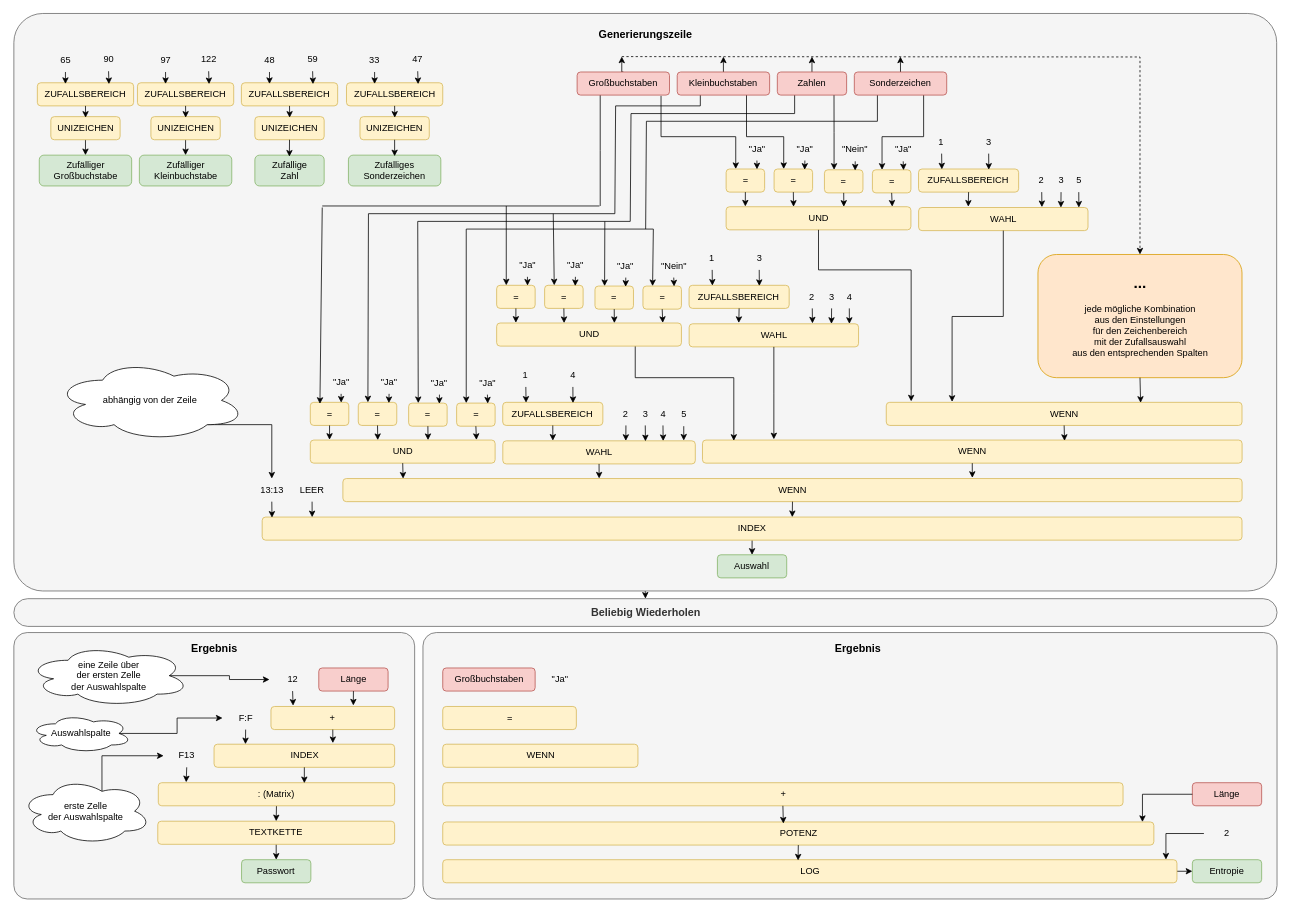
Nikogenia/Draw keeps this draw.io diagram as Passwort Generator.drawio. Above is the earlier version. Source tidied: cells renumbered, new cells numbered last; positions are measured from the earlier drawing's top-left corner, leaving out a move shared by most shapes. Both pictures are drawn from the tidied source at 77%, with x=0, y=0 at pixel (14, 13).
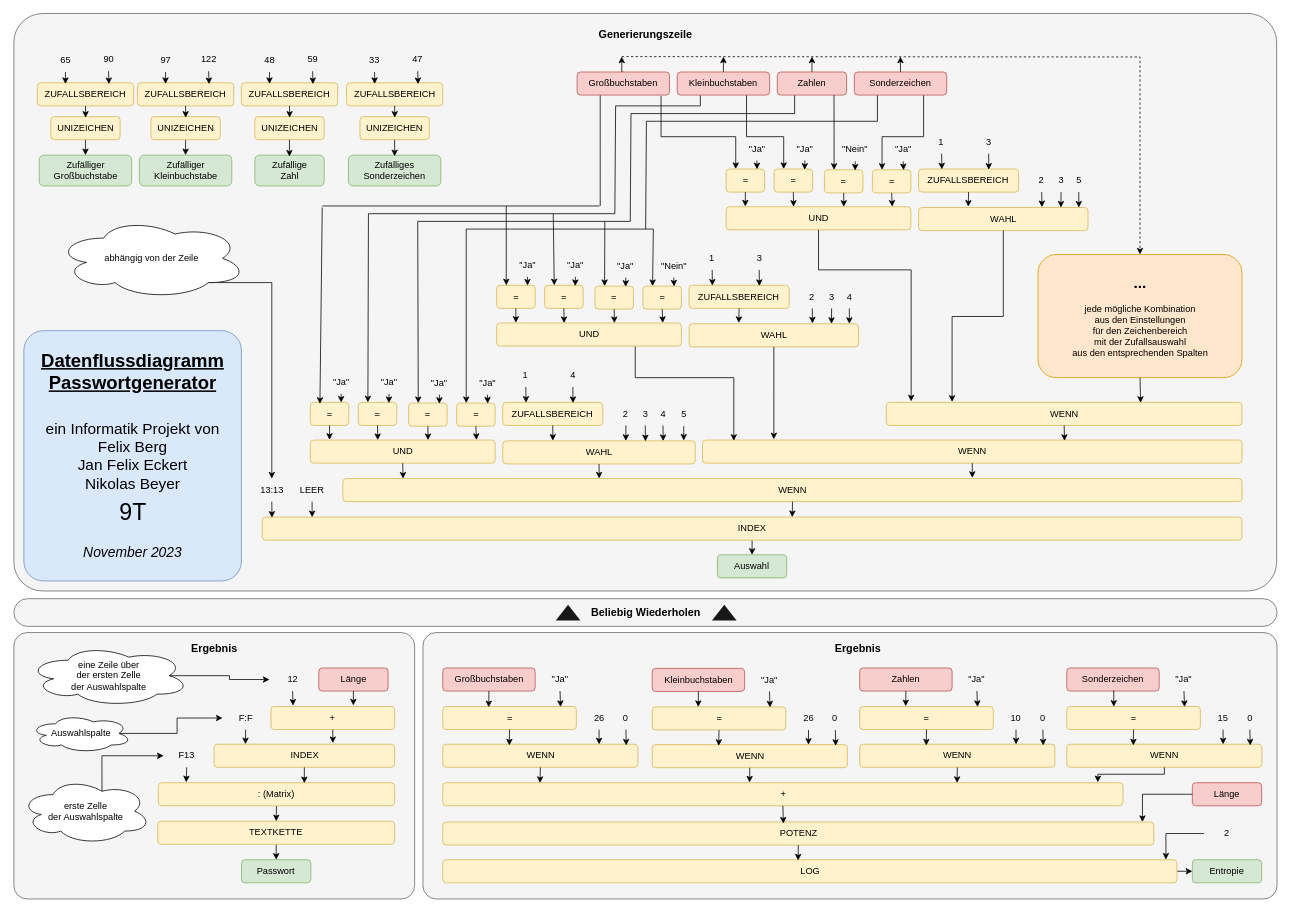
The same page after the edit.

Unchanged cells that the change refers to:
```xml
<mxCell id="5" style="rounded=1;whiteSpace=wrap;html=1;arcSize=5;fillColor=#f5f5f5;strokeColor=#666666;fontColor=#333333;" parent="1" vertex="1">
  <mxGeometry x="-0.5" width="1640" height="750" as="geometry" />
</mxCell>
<mxCell id="217" value="+" style="rounded=1;whiteSpace=wrap;html=1;fillColor=#fff2cc;strokeColor=#d6b656;" parent="1" vertex="1">
  <mxGeometry x="556.5" y="999" width="883.5" height="30" as="geometry" />
</mxCell>
<mxCell id="225" value="WENN" style="rounded=1;whiteSpace=wrap;html=1;fillColor=#fff2cc;strokeColor=#d6b656;" parent="1" vertex="1">
  <mxGeometry x="556.5" y="949" width="253.5" height="30" as="geometry" />
</mxCell>
<mxCell id="226" value="=" style="rounded=1;whiteSpace=wrap;html=1;fillColor=#fff2cc;strokeColor=#d6b656;" parent="1" vertex="1">
  <mxGeometry x="556.5" y="900" width="173.5" height="30" as="geometry" />
</mxCell>
<mxCell id="227" value="Großbuchstaben" style="rounded=1;whiteSpace=wrap;html=1;fillColor=#f8cecc;strokeColor=#b85450;" parent="1" vertex="1">
  <mxGeometry x="556.5" y="850" width="120" height="30" as="geometry" />
</mxCell>
<mxCell id="228" value="&quot;Ja&quot;" style="text;html=1;strokeColor=none;fillColor=none;align=center;verticalAlign=middle;whiteSpace=wrap;rounded=0;" parent="1" vertex="1">
  <mxGeometry x="678.8" y="850" width="60" height="30" as="geometry" />
</mxCell>
```

What changed in the source:
```diff
@@
-    <mxCell id="4" style="edgeStyle=orthogonalEdgeStyle;rounded=0;jettySize=auto;html=1;exitX=0.5;exitY=1;exitDx=0;exitDy=0;entryX=0.5;entryY=0;entryDx=0;entryDy=0;" parent="1" edge="1" source="5" target="173">
-      <mxGeometry relative="1" as="geometry" />
-    </mxCell>
@@
-    <mxCell id="173" value="&lt;b&gt;&lt;font style=&quot;font-size: 14px;&quot;&gt;Beliebig Wiederholen&lt;/font&gt;&lt;/b&gt;" style="rounded=1;whiteSpace=wrap;html=1;arcSize=50;fillColor=#f5f5f5;strokeColor=#666666;fontColor=#333333;" parent="1" vertex="1">
+    <mxCell id="173" value="&lt;b&gt;&lt;font color=&quot;#030303&quot; style=&quot;font-size: 14px;&quot;&gt;Beliebig Wiederholen&lt;/font&gt;&lt;/b&gt;" style="rounded=1;whiteSpace=wrap;html=1;arcSize=50;fillColor=#f5f5f5;strokeColor=#666666;fontColor=#333333;" parent="1" vertex="1">
       <mxGeometry x="-0.5" y="760" width="1640.5" height="36" as="geometry" />
     </mxCell>
@@
     <mxCell id="189" value="abhängig von der Zeile" style="ellipse;shape=cloud;whiteSpace=wrap;html=1;" parent="1" vertex="1">
-      <mxGeometry x="53" y="450" width="247" height="105" as="geometry" />
+      <mxGeometry x="54.5" y="265.5" width="247" height="105" as="geometry" />
     </mxCell>
@@
+    <mxCell id="229" value="26" style="text;html=1;strokeColor=none;fillColor=none;align=center;verticalAlign=middle;whiteSpace=wrap;rounded=0;" parent="1" vertex="1">
+      <mxGeometry x="729.5" y="900" width="60" height="30" as="geometry" />
+    </mxCell>
+    <mxCell id="230" value="0" style="text;html=1;strokeColor=none;fillColor=none;align=center;verticalAlign=middle;whiteSpace=wrap;rounded=0;" parent="1" vertex="1">
+      <mxGeometry x="764.4" y="900" width="60" height="30" as="geometry" />
+    </mxCell>
+    <mxCell id="231" style="edgeStyle=orthogonalEdgeStyle;rounded=0;jettySize=auto;html=1;exitX=0.5;exitY=1;exitDx=0;exitDy=0;entryX=0.341;entryY=0.054;entryDx=0;entryDy=0;entryPerimeter=0;" parent="1" edge="1" source="226" target="225">
+      <mxGeometry relative="1" as="geometry" />
+    </mxCell>
+    <mxCell id="232" style="edgeStyle=orthogonalEdgeStyle;rounded=0;jettySize=auto;html=1;exitX=0.5;exitY=1;exitDx=0;exitDy=0;entryX=0.801;entryY=0.006;entryDx=0;entryDy=0;entryPerimeter=0;" parent="1" edge="1" source="229" target="225">
+      <mxGeometry relative="1" as="geometry" />
+    </mxCell>
+    <mxCell id="233" style="edgeStyle=orthogonalEdgeStyle;rounded=0;jettySize=auto;html=1;exitX=0.5;exitY=1;exitDx=0;exitDy=0;entryX=0.94;entryY=0.054;entryDx=0;entryDy=0;entryPerimeter=0;" parent="1" edge="1" source="230" target="225">
+      <mxGeometry relative="1" as="geometry" />
+    </mxCell>
+    <mxCell id="234" style="edgeStyle=orthogonalEdgeStyle;rounded=0;jettySize=auto;html=1;exitX=0.5;exitY=1;exitDx=0;exitDy=0;entryX=0.882;entryY=0.021;entryDx=0;entryDy=0;entryPerimeter=0;" parent="1" edge="1" source="228" target="226">
+      <mxGeometry relative="1" as="geometry" />
+    </mxCell>
+    <mxCell id="235" value="WENN" style="rounded=1;whiteSpace=wrap;html=1;fillColor=#fff2cc;strokeColor=#d6b656;" parent="1" vertex="1">
+      <mxGeometry x="828.5" y="949.5" width="253.5" height="30" as="geometry" />
+    </mxCell>
+    <mxCell id="236" value="=" style="rounded=1;whiteSpace=wrap;html=1;fillColor=#fff2cc;strokeColor=#d6b656;" parent="1" vertex="1">
+      <mxGeometry x="828.5" y="900.5" width="173.5" height="30" as="geometry" />
+    </mxCell>
+    <mxCell id="237" value="Kleinbuchstaben" style="rounded=1;whiteSpace=wrap;html=1;fillColor=#f8cecc;strokeColor=#b85450;" parent="1" vertex="1">
+      <mxGeometry x="828.5" y="850.5" width="120" height="30" as="geometry" />
+    </mxCell>
+    <mxCell id="238" value="&quot;Ja&quot;" style="text;html=1;strokeColor=none;fillColor=none;align=center;verticalAlign=middle;whiteSpace=wrap;rounded=0;" parent="1" vertex="1">
+      <mxGeometry x="950.8" y="850.5" width="60" height="30" as="geometry" />
+    </mxCell>
+    <mxCell id="239" value="26" style="text;html=1;strokeColor=none;fillColor=none;align=center;verticalAlign=middle;whiteSpace=wrap;rounded=0;" parent="1" vertex="1">
+      <mxGeometry x="1001.5" y="900.5" width="60" height="30" as="geometry" />
+    </mxCell>
+    <mxCell id="240" value="0" style="text;html=1;strokeColor=none;fillColor=none;align=center;verticalAlign=middle;whiteSpace=wrap;rounded=0;" parent="1" vertex="1">
+      <mxGeometry x="1036.4" y="900.5" width="60" height="30" as="geometry" />
+    </mxCell>
+    <mxCell id="241" style="edgeStyle=orthogonalEdgeStyle;rounded=0;jettySize=auto;html=1;exitX=0.5;exitY=1;exitDx=0;exitDy=0;entryX=0.341;entryY=0.054;entryDx=0;entryDy=0;entryPerimeter=0;" parent="1" edge="1" source="236" target="235">
+      <mxGeometry relative="1" as="geometry" />
+    </mxCell>
+    <mxCell id="242" style="edgeStyle=orthogonalEdgeStyle;rounded=0;jettySize=auto;html=1;exitX=0.5;exitY=1;exitDx=0;exitDy=0;entryX=0.801;entryY=0.006;entryDx=0;entryDy=0;entryPerimeter=0;" parent="1" edge="1" source="239" target="235">
+      <mxGeometry relative="1" as="geometry" />
+    </mxCell>
+    <mxCell id="243" style="edgeStyle=orthogonalEdgeStyle;rounded=0;jettySize=auto;html=1;exitX=0.5;exitY=1;exitDx=0;exitDy=0;entryX=0.94;entryY=0.054;entryDx=0;entryDy=0;entryPerimeter=0;" parent="1" edge="1" source="240" target="235">
+      <mxGeometry relative="1" as="geometry" />
+    </mxCell>
+    <mxCell id="244" style="edgeStyle=orthogonalEdgeStyle;rounded=0;jettySize=auto;html=1;exitX=0.5;exitY=1;exitDx=0;exitDy=0;entryX=0.882;entryY=0.021;entryDx=0;entryDy=0;entryPerimeter=0;" parent="1" edge="1" source="238" target="236">
+      <mxGeometry relative="1" as="geometry" />
+    </mxCell>
+    <mxCell id="245" value="WENN" style="rounded=1;whiteSpace=wrap;html=1;fillColor=#fff2cc;strokeColor=#d6b656;" parent="1" vertex="1">
+      <mxGeometry x="1098" y="949" width="253.5" height="30" as="geometry" />
+    </mxCell>
+    <mxCell id="246" value="=" style="rounded=1;whiteSpace=wrap;html=1;fillColor=#fff2cc;strokeColor=#d6b656;" parent="1" vertex="1">
+      <mxGeometry x="1098" y="900" width="173.5" height="30" as="geometry" />
+    </mxCell>
+    <mxCell id="247" value="Zahlen" style="rounded=1;whiteSpace=wrap;html=1;fillColor=#f8cecc;strokeColor=#b85450;" parent="1" vertex="1">
+      <mxGeometry x="1098" y="850" width="120" height="30" as="geometry" />
+    </mxCell>
+    <mxCell id="248" value="&quot;Ja&quot;" style="text;html=1;strokeColor=none;fillColor=none;align=center;verticalAlign=middle;whiteSpace=wrap;rounded=0;" parent="1" vertex="1">
+      <mxGeometry x="1220.2" y="850" width="60" height="30" as="geometry" />
+    </mxCell>
+    <mxCell id="249" value="10" style="text;html=1;strokeColor=none;fillColor=none;align=center;verticalAlign=middle;whiteSpace=wrap;rounded=0;" parent="1" vertex="1">
+      <mxGeometry x="1271" y="900" width="60" height="30" as="geometry" />
+    </mxCell>
+    <mxCell id="250" value="0" style="text;html=1;strokeColor=none;fillColor=none;align=center;verticalAlign=middle;whiteSpace=wrap;rounded=0;" parent="1" vertex="1">
+      <mxGeometry x="1305.9" y="900" width="60" height="30" as="geometry" />
+    </mxCell>
+    <mxCell id="251" style="edgeStyle=orthogonalEdgeStyle;rounded=0;jettySize=auto;html=1;exitX=0.5;exitY=1;exitDx=0;exitDy=0;entryX=0.341;entryY=0.054;entryDx=0;entryDy=0;entryPerimeter=0;" parent="1" edge="1" source="246" target="245">
+      <mxGeometry relative="1" as="geometry" />
+    </mxCell>
+    <mxCell id="252" style="edgeStyle=orthogonalEdgeStyle;rounded=0;jettySize=auto;html=1;exitX=0.5;exitY=1;exitDx=0;exitDy=0;entryX=0.801;entryY=0.006;entryDx=0;entryDy=0;entryPerimeter=0;" parent="1" edge="1" source="249" target="245">
+      <mxGeometry relative="1" as="geometry" />
+    </mxCell>
+    <mxCell id="253" style="edgeStyle=orthogonalEdgeStyle;rounded=0;jettySize=auto;html=1;exitX=0.5;exitY=1;exitDx=0;exitDy=0;entryX=0.94;entryY=0.054;entryDx=0;entryDy=0;entryPerimeter=0;" parent="1" edge="1" source="250" target="245">
+      <mxGeometry relative="1" as="geometry" />
+    </mxCell>
+    <mxCell id="254" style="edgeStyle=orthogonalEdgeStyle;rounded=0;jettySize=auto;html=1;exitX=0.5;exitY=1;exitDx=0;exitDy=0;entryX=0.882;entryY=0.021;entryDx=0;entryDy=0;entryPerimeter=0;" parent="1" edge="1" source="248" target="246">
+      <mxGeometry relative="1" as="geometry" />
+    </mxCell>
+    <mxCell id="255" value="WENN" style="rounded=1;whiteSpace=wrap;html=1;fillColor=#fff2cc;strokeColor=#d6b656;" parent="1" vertex="1">
+      <mxGeometry x="1366.9" y="949" width="253.5" height="30" as="geometry" />
+    </mxCell>
+    <mxCell id="256" value="=" style="rounded=1;whiteSpace=wrap;html=1;fillColor=#fff2cc;strokeColor=#d6b656;" parent="1" vertex="1">
+      <mxGeometry x="1366.9" y="900" width="173.5" height="30" as="geometry" />
+    </mxCell>
+    <mxCell id="257" value="Sonderzeichen" style="rounded=1;whiteSpace=wrap;html=1;fillColor=#f8cecc;strokeColor=#b85450;" parent="1" vertex="1">
+      <mxGeometry x="1366.9" y="850" width="120" height="30" as="geometry" />
+    </mxCell>
+    <mxCell id="258" value="&quot;Ja&quot;" style="text;html=1;strokeColor=none;fillColor=none;align=center;verticalAlign=middle;whiteSpace=wrap;rounded=0;" parent="1" vertex="1">
+      <mxGeometry x="1489.1" y="850" width="60" height="30" as="geometry" />
+    </mxCell>
+    <mxCell id="259" value="15" style="text;html=1;strokeColor=none;fillColor=none;align=center;verticalAlign=middle;whiteSpace=wrap;rounded=0;" parent="1" vertex="1">
+      <mxGeometry x="1539.9" y="900" width="60" height="30" as="geometry" />
+    </mxCell>
+    <mxCell id="260" value="0" style="text;html=1;strokeColor=none;fillColor=none;align=center;verticalAlign=middle;whiteSpace=wrap;rounded=0;" parent="1" vertex="1">
+      <mxGeometry x="1574.7" y="900" width="60" height="30" as="geometry" />
+    </mxCell>
+    <mxCell id="261" style="edgeStyle=orthogonalEdgeStyle;rounded=0;jettySize=auto;html=1;exitX=0.5;exitY=1;exitDx=0;exitDy=0;entryX=0.341;entryY=0.054;entryDx=0;entryDy=0;entryPerimeter=0;" parent="1" edge="1" source="256" target="255">
+      <mxGeometry relative="1" as="geometry" />
+    </mxCell>
+    <mxCell id="262" style="edgeStyle=orthogonalEdgeStyle;rounded=0;jettySize=auto;html=1;exitX=0.5;exitY=1;exitDx=0;exitDy=0;entryX=0.801;entryY=0.006;entryDx=0;entryDy=0;entryPerimeter=0;" parent="1" edge="1" source="259" target="255">
+      <mxGeometry relative="1" as="geometry" />
+    </mxCell>
+    <mxCell id="263" style="edgeStyle=orthogonalEdgeStyle;rounded=0;jettySize=auto;html=1;exitX=0.5;exitY=1;exitDx=0;exitDy=0;entryX=0.94;entryY=0.054;entryDx=0;entryDy=0;entryPerimeter=0;" parent="1" edge="1" source="260" target="255">
+      <mxGeometry relative="1" as="geometry" />
+    </mxCell>
+    <mxCell id="264" style="edgeStyle=orthogonalEdgeStyle;rounded=0;jettySize=auto;html=1;exitX=0.5;exitY=1;exitDx=0;exitDy=0;entryX=0.882;entryY=0.021;entryDx=0;entryDy=0;entryPerimeter=0;" parent="1" edge="1" source="258" target="256">
+      <mxGeometry relative="1" as="geometry" />
+    </mxCell>
+    <mxCell id="265" style="edgeStyle=orthogonalEdgeStyle;rounded=0;jettySize=auto;html=1;exitX=0.5;exitY=1;exitDx=0;exitDy=0;entryX=0.143;entryY=0.01;entryDx=0;entryDy=0;entryPerimeter=0;" parent="1" edge="1" source="225" target="217">
+      <mxGeometry relative="1" as="geometry" />
+    </mxCell>
+    <mxCell id="266" style="edgeStyle=orthogonalEdgeStyle;rounded=0;jettySize=auto;html=1;exitX=0.5;exitY=1;exitDx=0;exitDy=0;entryX=0.451;entryY=-0.01;entryDx=0;entryDy=0;entryPerimeter=0;" parent="1" edge="1" source="235" target="217">
+      <mxGeometry relative="1" as="geometry" />
+    </mxCell>
+    <mxCell id="267" style="edgeStyle=orthogonalEdgeStyle;rounded=0;jettySize=auto;html=1;exitX=0.5;exitY=1;exitDx=0;exitDy=0;entryX=0.756;entryY=0.01;entryDx=0;entryDy=0;entryPerimeter=0;" parent="1" edge="1" source="245" target="217">
+      <mxGeometry relative="1" as="geometry" />
+    </mxCell>
+    <mxCell id="268" style="edgeStyle=orthogonalEdgeStyle;rounded=0;jettySize=auto;html=1;exitX=0.5;exitY=1;exitDx=0;exitDy=0;entryX=0.963;entryY=0.048;entryDx=0;entryDy=0;entryPerimeter=0;" parent="1" edge="1" source="255">
+      <mxGeometry relative="1" as="geometry">
+        <mxPoint x="1407.3" y="998.4" as="targetPoint" />
+        <Array as="points">
+          <mxPoint x="1494" y="988" />
+          <mxPoint x="1407" y="988" />
+        </Array>
+      </mxGeometry>
+    </mxCell>
+    <mxCell id="269" style="edgeStyle=orthogonalEdgeStyle;rounded=0;jettySize=auto;html=1;exitX=0.5;exitY=1;exitDx=0;exitDy=0;entryX=0.344;entryY=0.033;entryDx=0;entryDy=0;entryPerimeter=0;" parent="1" edge="1" source="227" target="226">
+      <mxGeometry relative="1" as="geometry" />
+    </mxCell>
+    <mxCell id="270" style="edgeStyle=orthogonalEdgeStyle;rounded=0;jettySize=auto;html=1;exitX=0.5;exitY=1;exitDx=0;exitDy=0;entryX=0.345;entryY=0.005;entryDx=0;entryDy=0;entryPerimeter=0;" parent="1" edge="1" source="237" target="236">
+      <mxGeometry relative="1" as="geometry" />
+    </mxCell>
+    <mxCell id="271" style="edgeStyle=orthogonalEdgeStyle;rounded=0;jettySize=auto;html=1;exitX=0.5;exitY=1;exitDx=0;exitDy=0;entryX=0.344;entryY=-0.011;entryDx=0;entryDy=0;entryPerimeter=0;" parent="1" edge="1" source="247" target="246">
+      <mxGeometry relative="1" as="geometry" />
+    </mxCell>
+    <mxCell id="272" style="edgeStyle=orthogonalEdgeStyle;rounded=0;jettySize=auto;html=1;exitX=0.5;exitY=1;exitDx=0;exitDy=0;entryX=0.352;entryY=0.011;entryDx=0;entryDy=0;entryPerimeter=0;" parent="1" edge="1" source="257" target="256">
+      <mxGeometry relative="1" as="geometry" />
+    </mxCell>
+    <mxCell id="273" style="rounded=1;whiteSpace=wrap;html=1;arcSize=9;fillColor=#dae8fc;strokeColor=#6c8ebf;" parent="1" vertex="1">
+      <mxGeometry x="12.5" y="412" width="282.5" height="325" as="geometry" />
+    </mxCell>
+    <mxCell id="274" value="&lt;b&gt;&lt;font style=&quot;font-size: 24px;&quot;&gt;&lt;u&gt;Datenflussdiagramm&lt;br&gt;Passwortgenerator&lt;br&gt;&lt;/u&gt;&lt;/font&gt;&lt;/b&gt;" style="text;html=1;strokeColor=none;fillColor=none;align=center;verticalAlign=middle;whiteSpace=wrap;rounded=0;" parent="1" vertex="1">
+      <mxGeometry x="19" y="420" width="269.5" height="90" as="geometry" />
+    </mxCell>
+    <mxCell id="275" value="&lt;font style=&quot;font-size: 20px;&quot;&gt;&lt;font style=&quot;font-size: 20px;&quot;&gt;ein Informatik Projekt von&lt;br&gt;&lt;/font&gt;Felix Berg&lt;br&gt;Jan Felix Eckert&lt;br&gt;Nikolas Beyer&lt;br&gt;&lt;/font&gt;" style="text;html=1;strokeColor=none;fillColor=none;align=center;verticalAlign=middle;whiteSpace=wrap;rounded=0;" parent="1" vertex="1">
+      <mxGeometry x="19" y="476" width="269.5" height="196" as="geometry" />
+    </mxCell>
+    <mxCell id="276" value="&lt;font style=&quot;&quot;&gt;&lt;font style=&quot;font-size: 30px;&quot;&gt;9T&lt;/font&gt;&lt;br&gt;&lt;/font&gt;" style="text;html=1;strokeColor=none;fillColor=none;align=center;verticalAlign=middle;whiteSpace=wrap;rounded=0;" parent="1" vertex="1">
+      <mxGeometry x="86.5" y="609" width="134.5" height="75" as="geometry" />
+    </mxCell>
+    <mxCell id="277" value="&lt;font style=&quot;&quot;&gt;&lt;font style=&quot;font-size: 18px;&quot;&gt;November 2023&lt;/font&gt;&lt;br&gt;&lt;/font&gt;" style="text;html=1;strokeColor=none;fillColor=none;align=center;verticalAlign=middle;whiteSpace=wrap;rounded=0;fontStyle=2;" parent="1" vertex="1">
+      <mxGeometry x="22" y="662" width="263.5" height="75" as="geometry" />
+    </mxCell>
+    <mxCell id="278" style="triangle;whiteSpace=wrap;html=1;rotation=-90;fillColor=#171717;strokeColor=none;" parent="1" vertex="1">
+      <mxGeometry x="911.9" y="762" width="20.5" height="32" as="geometry" />
+    </mxCell>
+    <mxCell id="279" style="triangle;whiteSpace=wrap;html=1;rotation=-90;fillColor=#171717;strokeColor=none;" parent="1" vertex="1">
+      <mxGeometry x="709" y="762" width="20.5" height="32" as="geometry" />
+    </mxCell>
```
